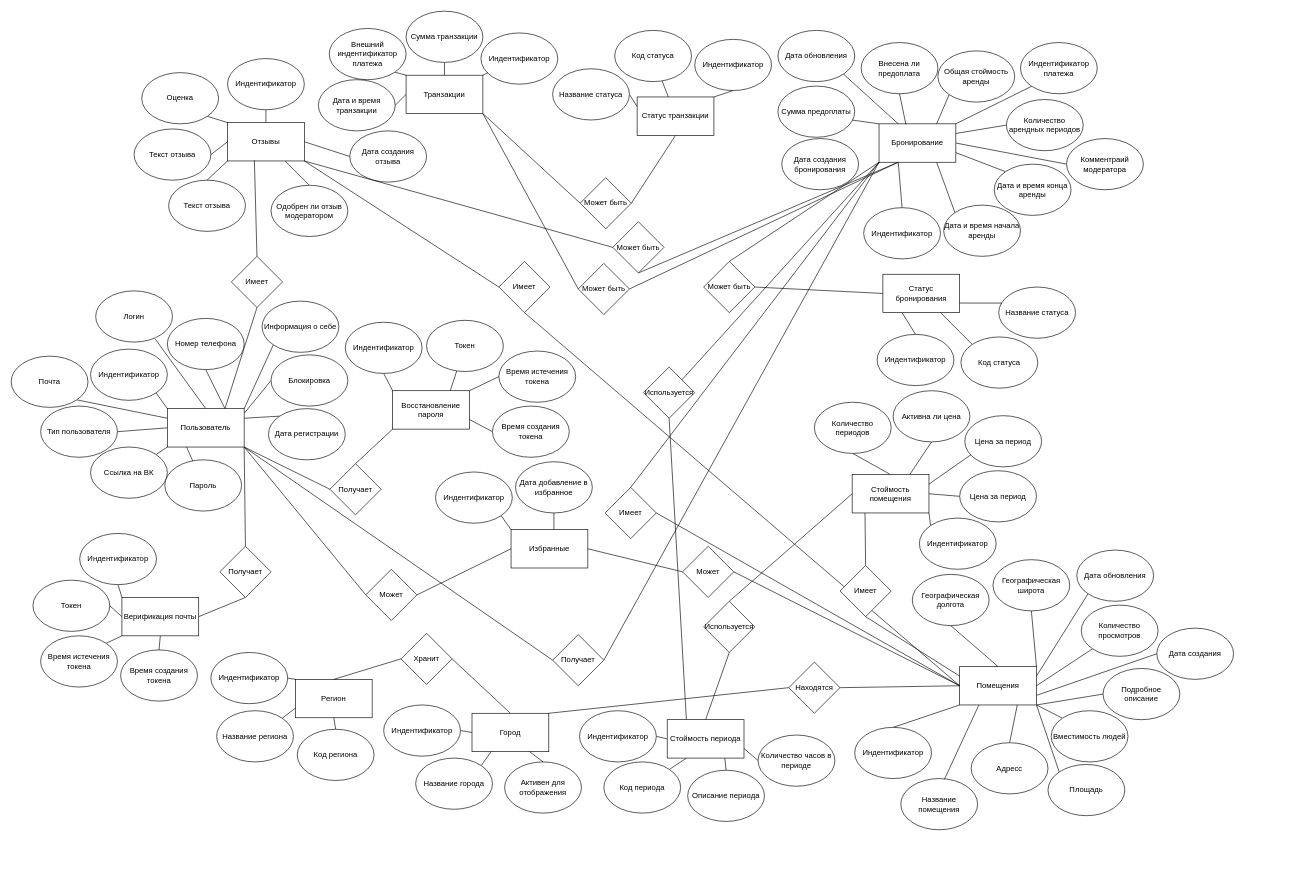
Honeysuckle52/interior keeps this draw.io diagram as Курсовая 2025/Диаграммы/Диаграмма инфологическая.drawio. Above is the earlier version. Source tidied: cells renumbered, new cells numbered last; positions are measured from the earlier drawing's top-left corner, leaving out a move shared by most shapes. Both pictures are drawn from the tidied source at 64%, with x=0, y=0 at pixel (11, 11).
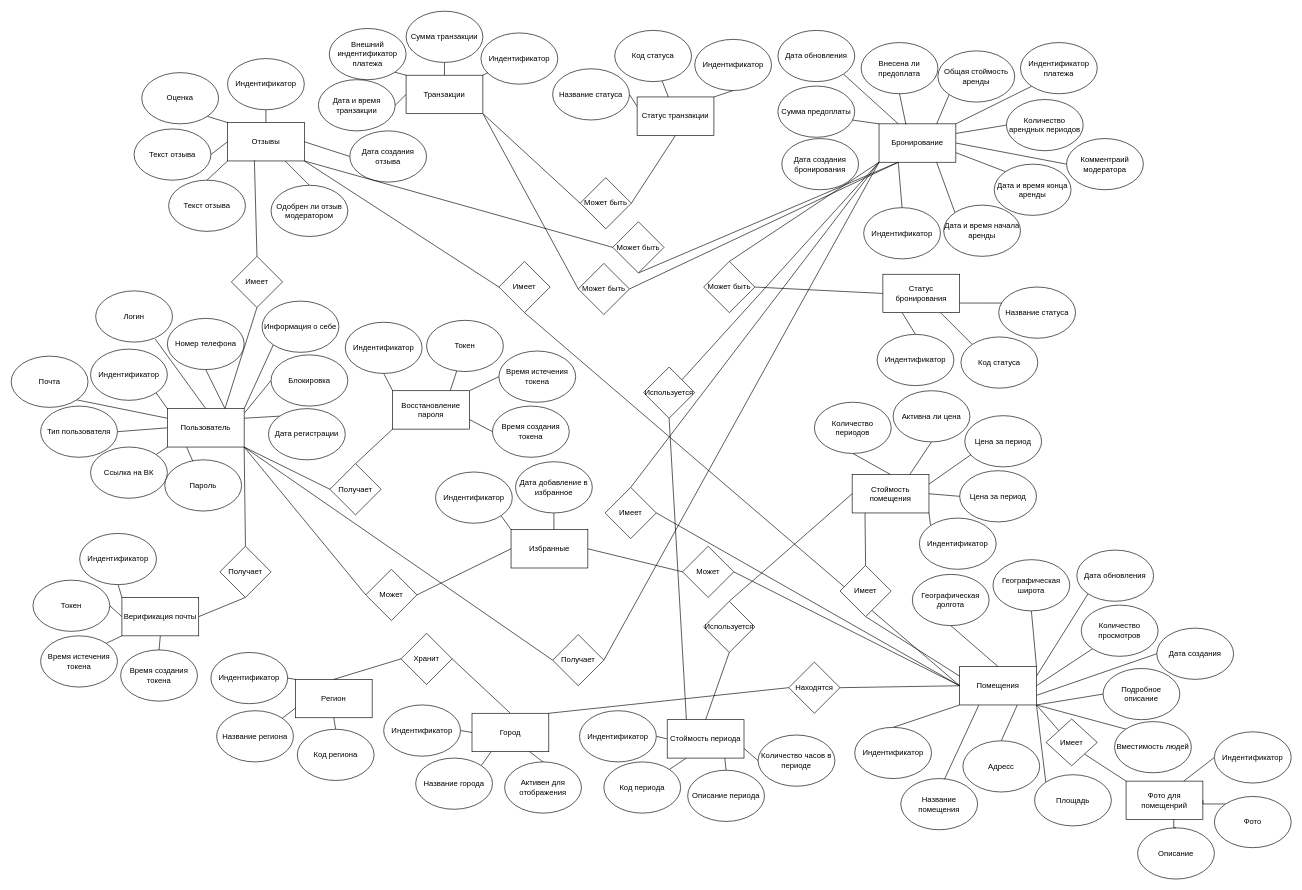
The same page after the edit.

The change refers to these unchanged cells:
```xml
<mxCell id="71" value="Помещения" style="rounded=0;whiteSpace=wrap;html=1;" parent="1" vertex="1">
  <mxGeometry x="1482" y="1024" width="120" height="60" as="geometry" />
</mxCell>
```

The edit, as a diff of the source:
```diff
@@
+    <mxCell id="213" style="rounded=0;jettySize=auto;html=1;exitX=1;exitY=1;exitDx=0;exitDy=0;entryX=0;entryY=0;entryDx=0;entryDy=0;endArrow=none;endFill=0;" parent="1" edge="1" source="71" target="222">
+      <mxGeometry relative="1" as="geometry" />
+    </mxCell>
@@
     <mxCell id="126" value="Адресс" style="ellipse;whiteSpace=wrap;html=1;" parent="1" vertex="1">
-      <mxGeometry x="1500" y="1143" width="120" height="80" as="geometry" />
+      <mxGeometry x="1487" y="1140" width="120" height="80" as="geometry" />
     </mxCell>
     <mxCell id="127" value="Площадь" style="ellipse;whiteSpace=wrap;html=1;" parent="1" vertex="1">
-      <mxGeometry x="1620" y="1177" width="120" height="80" as="geometry" />
+      <mxGeometry x="1599" y="1193" width="120" height="80" as="geometry" />
     </mxCell>
     <mxCell id="128" value="Вместимость людей" style="ellipse;whiteSpace=wrap;html=1;" parent="1" vertex="1">
-      <mxGeometry x="1625" y="1093" width="120" height="80" as="geometry" />
+      <mxGeometry x="1724" y="1110" width="120" height="80" as="geometry" />
     </mxCell>
@@
+    <mxCell id="214" value="Фото для помещенрий" style="rounded=0;whiteSpace=wrap;html=1;" parent="1" vertex="1">
+      <mxGeometry x="1742" y="1203" width="120" height="60" as="geometry" />
+    </mxCell>
+    <mxCell id="215" style="rounded=0;jettySize=auto;html=1;exitX=0;exitY=0.5;exitDx=0;exitDy=0;entryX=0.75;entryY=0;entryDx=0;entryDy=0;endArrow=none;endFill=0;" parent="1" edge="1" source="216" target="214">
+      <mxGeometry relative="1" as="geometry" />
+    </mxCell>
+    <mxCell id="216" value="Индентификатор" style="ellipse;whiteSpace=wrap;html=1;" parent="1" vertex="1">
+      <mxGeometry x="1880" y="1126" width="120" height="80" as="geometry" />
+    </mxCell>
+    <mxCell id="217" style="edgeStyle=orthogonalEdgeStyle;rounded=0;jettySize=auto;html=1;exitX=0;exitY=0;exitDx=0;exitDy=0;entryX=1;entryY=0.5;entryDx=0;entryDy=0;endArrow=none;endFill=0;" parent="1" edge="1" source="218" target="214">
+      <mxGeometry relative="1" as="geometry" />
+    </mxCell>
+    <mxCell id="218" value="Фото" style="ellipse;whiteSpace=wrap;html=1;" parent="1" vertex="1">
+      <mxGeometry x="1880" y="1227" width="120" height="80" as="geometry" />
+    </mxCell>
+    <mxCell id="219" value="Описание" style="ellipse;whiteSpace=wrap;html=1;" parent="1" vertex="1">
+      <mxGeometry x="1760" y="1276" width="120" height="80" as="geometry" />
+    </mxCell>
+    <mxCell id="220" style="edgeStyle=orthogonalEdgeStyle;rounded=0;jettySize=auto;html=1;exitX=0.5;exitY=0;exitDx=0;exitDy=0;entryX=0.621;entryY=0.993;entryDx=0;entryDy=0;entryPerimeter=0;endArrow=none;endFill=0;" parent="1" edge="1" source="219" target="214">
+      <mxGeometry relative="1" as="geometry" />
+    </mxCell>
+    <mxCell id="221" style="rounded=0;jettySize=auto;html=1;exitX=1;exitY=1;exitDx=0;exitDy=0;entryX=0;entryY=0;entryDx=0;entryDy=0;endArrow=none;endFill=0;" parent="1" edge="1" source="222" target="214">
+      <mxGeometry relative="1" as="geometry" />
+    </mxCell>
+    <mxCell id="222" value="Имеет" style="rhombus;whiteSpace=wrap;html=1;" parent="1" vertex="1">
+      <mxGeometry x="1617" y="1106" width="80" height="73" as="geometry" />
+    </mxCell>
```
